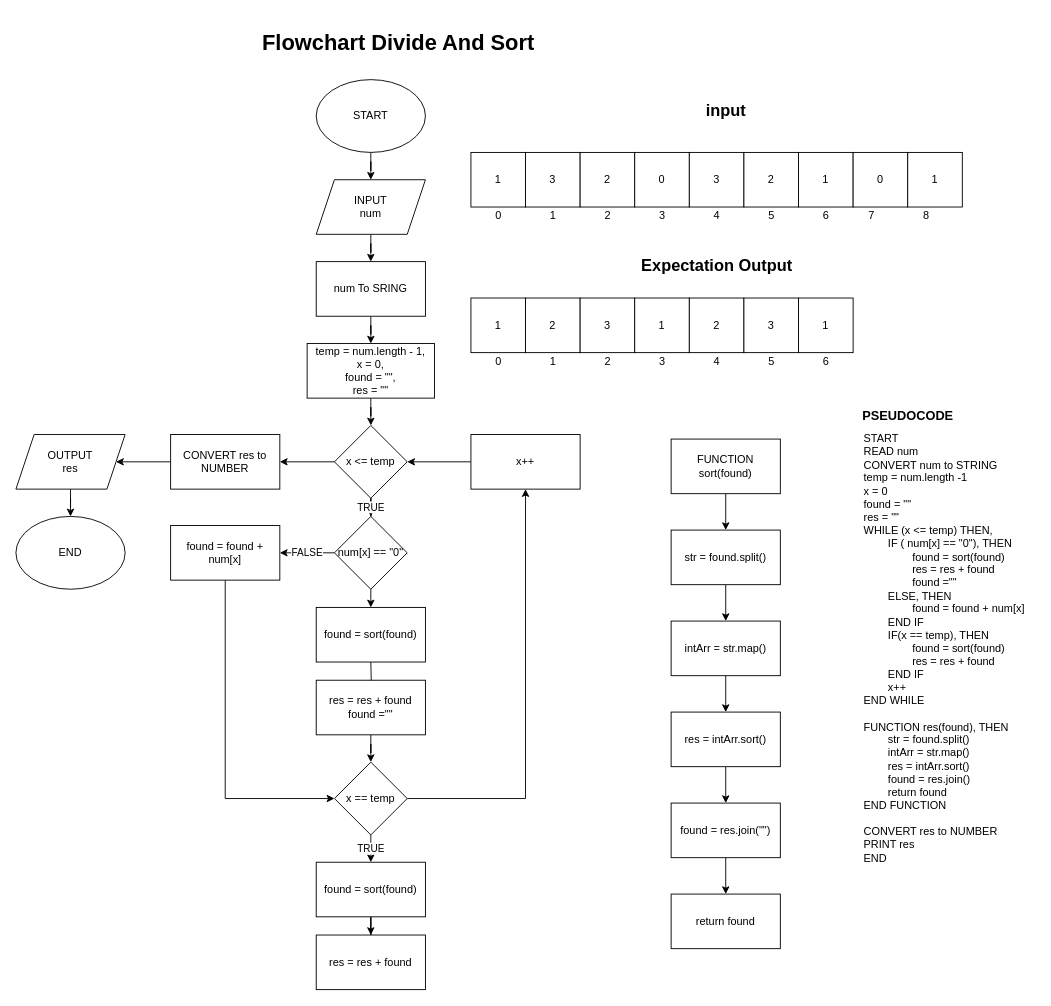
Before: fw5-flowchart-js4/divideAndSort.drawio in DanangFirmantara/fw5-javascript4, a draw.io diagram. Source tidied: cells renumbered, new cells numbered last; positions are measured from the earlier drawing's top-left corner, leaving out a move shared by most shapes. Both pictures are drawn from the tidied source at 91%, with x=0, y=0 at pixel (15, 20).
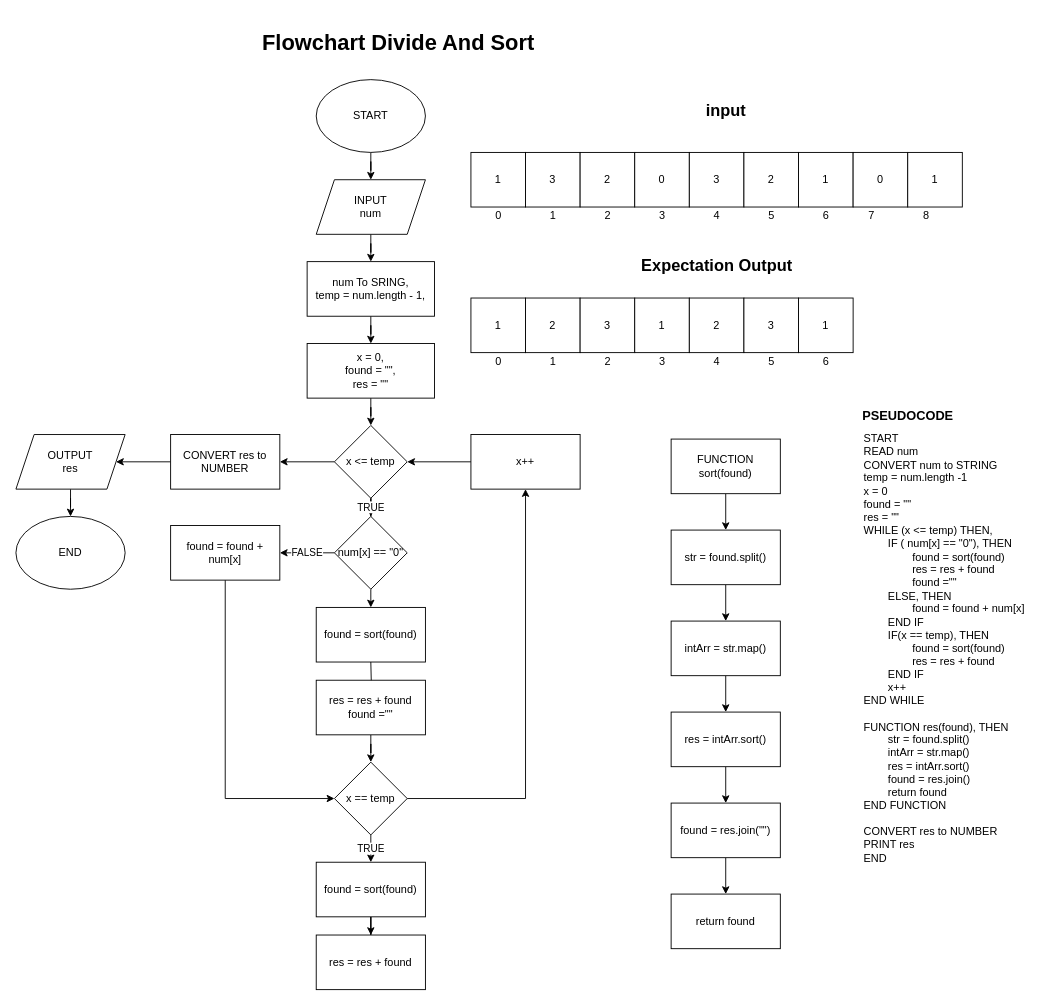
The same page after the edit.

What changed in the source:
```diff
@@
-    <mxCell id="7" value="num To SRING" style="rounded=0;whiteSpace=wrap;html=1;" parent="1" vertex="1">
-      <mxGeometry x="330" y="265" width="120" height="60" as="geometry" />
+    <mxCell id="7" value="num To SRING,&lt;br&gt;temp = num.length - 1," style="rounded=0;whiteSpace=wrap;html=1;" parent="1" vertex="1">
+      <mxGeometry x="320" y="265" width="140" height="60" as="geometry" />
     </mxCell>
@@
-    <mxCell id="9" value="temp = num.length - 1,&lt;br&gt;x = 0,&lt;br&gt;found = &quot;&quot;,&lt;br&gt;res = &quot;&quot;" style="rounded=0;whiteSpace=wrap;html=1;" parent="1" vertex="1">
+    <mxCell id="9" value="x = 0,&lt;br&gt;found = &quot;&quot;,&lt;br&gt;res = &quot;&quot;" style="rounded=0;whiteSpace=wrap;html=1;" parent="1" vertex="1">
       <mxGeometry x="320" y="355" width="140" height="60" as="geometry" />
     </mxCell>
```
